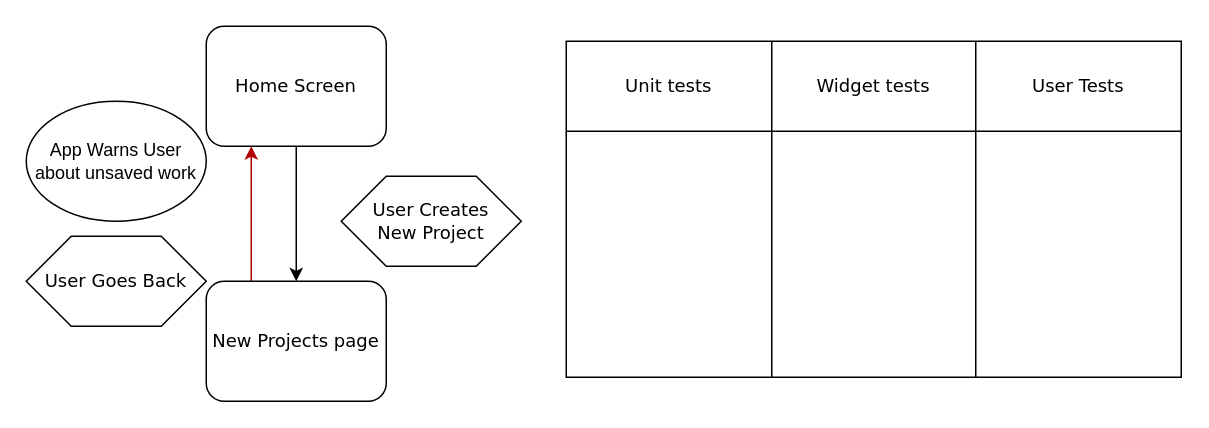
theshaydays/whistle keeps this draw.io diagram as page "Home Screen -> New Projects" (2 of 5) of User flow.drawio. Above is the earlier version. Source tidied: cells renumbered, new cells numbered last; positions are measured from the earlier drawing's top-left corner, leaving out a move shared by most shapes. Both pictures are drawn from the tidied source at 150%, with x=0, y=0 at pixel (26, 26).
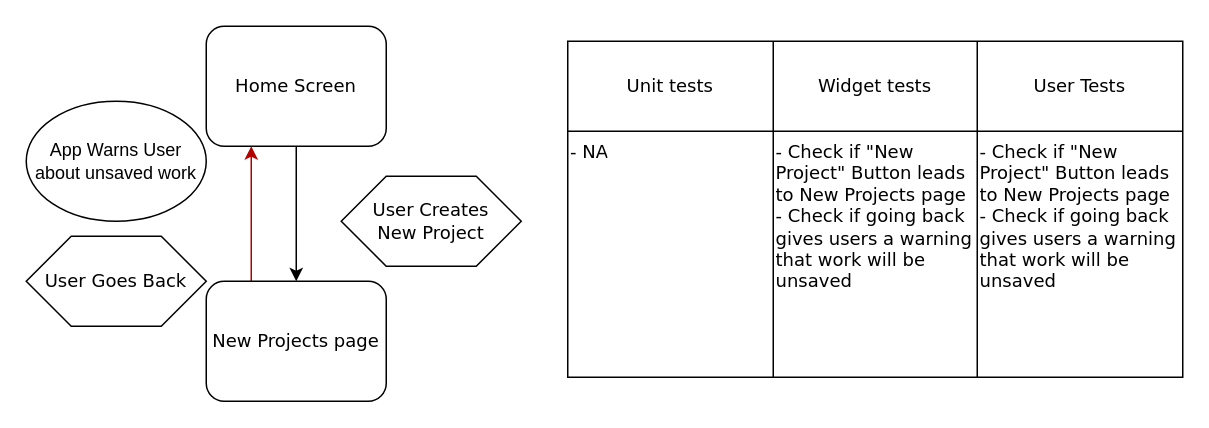
The same diagram, later.

What changed in the source:
```diff
@@
 <mxGraphModel>
   <root>
     <mxCell id="0" />
     <mxCell id="1" parent="0" />
     <mxCell id="2" style="edgeStyle=orthogonalEdgeStyle;rounded=0;jettySize=auto;html=1;entryX=0.5;entryY=0;entryDx=0;entryDy=0;" parent="1" edge="1" source="3" target="6">
       <mxGeometry relative="1" as="geometry" />
     </mxCell>
     <mxCell id="3" value="Home Screen" style="rounded=1;whiteSpace=wrap;html=1;shadow=0;labelBackgroundColor=none;strokeWidth=1;fontFamily=Verdana;fontSize=12;align=center;" parent="1" vertex="1">
       <mxGeometry x="120" width="120" height="80" as="geometry" />
     </mxCell>
     <mxCell id="4" value="&lt;div&gt;User Creates &lt;br&gt;&lt;/div&gt;&lt;div&gt;New Project&lt;br&gt;&lt;/div&gt;" style="shape=hexagon;perimeter=hexagonPerimeter;whiteSpace=wrap;html=1;rounded=0;shadow=0;labelBackgroundColor=none;strokeWidth=1;fontFamily=Verdana;fontSize=12;align=center;" parent="1" vertex="1">
       <mxGeometry x="210" y="100" width="120" height="60" as="geometry" />
     </mxCell>
     <mxCell id="5" style="edgeStyle=orthogonalEdgeStyle;rounded=0;jettySize=auto;html=1;exitX=0.25;exitY=0;exitDx=0;exitDy=0;entryX=0.25;entryY=1;entryDx=0;entryDy=0;fontSize=15;fillColor=#e51400;strokeColor=#B20000;" parent="1" edge="1" source="6" target="3">
       <mxGeometry relative="1" as="geometry" />
     </mxCell>
     <mxCell id="6" value="New Projects page" style="rounded=1;whiteSpace=wrap;html=1;shadow=0;labelBackgroundColor=none;strokeWidth=1;fontFamily=Verdana;fontSize=12;align=center;" parent="1" vertex="1">
       <mxGeometry x="120" y="170" width="120" height="80" as="geometry" />
     </mxCell>
     <mxCell id="7" value="User Goes Back" style="shape=hexagon;perimeter=hexagonPerimeter;whiteSpace=wrap;html=1;rounded=0;shadow=0;labelBackgroundColor=none;strokeWidth=1;fontFamily=Verdana;fontSize=12;align=center;" parent="1" vertex="1">
       <mxGeometry y="140" width="120" height="60" as="geometry" />
     </mxCell>
     <mxCell id="8" value="App Warns User about unsaved work" style="ellipse;whiteSpace=wrap;html=1;" parent="1" vertex="1">
       <mxGeometry y="50" width="120" height="80" as="geometry" />
     </mxCell>
     <mxCell id="9" style="shape=table;startSize=0;childLayout=tableLayout;fontFamily=Verdana;fontSize=12;" parent="1" vertex="1">
-      <mxGeometry x="360" y="10" width="410" height="224" as="geometry" />
+      <mxGeometry x="361" y="10" width="410" height="224" as="geometry" />
     </mxCell>
     <mxCell id="10" style="shape=tableRow;horizontal=0;startSize=0;swimlaneHead=0;swimlaneBody=0;top=0;left=0;bottom=0;right=0;fillColor=none;fontFamily=Verdana;fontSize=12;" parent="9" vertex="1">
       <mxGeometry width="410" height="60" as="geometry" />
     </mxCell>
     <mxCell id="11" value="Unit tests" style="shape=partialRectangle;html=1;whiteSpace=wrap;overflow=hidden;fillColor=none;top=0;left=0;bottom=0;right=0;fontFamily=Verdana;fontSize=12;" parent="10" vertex="1">
       <mxGeometry width="137" height="60" as="geometry" />
     </mxCell>
     <mxCell id="12" value="Widget tests" style="shape=partialRectangle;html=1;whiteSpace=wrap;overflow=hidden;fillColor=none;top=0;left=0;bottom=0;right=0;fontFamily=Verdana;fontSize=12;" parent="10" vertex="1">
       <mxGeometry x="137" width="136" height="60" as="geometry" />
     </mxCell>
     <mxCell id="13" value="User Tests" style="shape=partialRectangle;html=1;whiteSpace=wrap;overflow=hidden;fillColor=none;top=0;left=0;bottom=0;right=0;fontFamily=Verdana;fontSize=12;" parent="10" vertex="1">
       <mxGeometry x="273" width="137" height="60" as="geometry" />
     </mxCell>
-    <mxCell id="14" style="shape=tableRow;horizontal=0;startSize=0;swimlaneHead=0;swimlaneBody=0;top=0;left=0;bottom=0;right=0;fillColor=none;fontFamily=Verdana;fontSize=12;" parent="9" vertex="1">
+    <mxCell id="14" style="shape=tableRow;horizontal=0;startSize=0;swimlaneHead=0;swimlaneBody=0;top=0;left=0;bottom=0;right=0;fillColor=none;fontFamily=Verdana;fontSize=12;align=left;verticalAlign=top;" parent="9" vertex="1">
       <mxGeometry y="60" width="410" height="164" as="geometry" />
     </mxCell>
-    <mxCell id="15" style="shape=partialRectangle;html=1;whiteSpace=wrap;overflow=hidden;fillColor=none;top=0;left=0;bottom=0;right=0;fontFamily=Verdana;fontSize=12;" parent="14" vertex="1">
+    <mxCell id="15" value="- NA" style="shape=partialRectangle;html=1;whiteSpace=wrap;overflow=hidden;fillColor=none;top=0;left=0;bottom=0;right=0;fontFamily=Verdana;fontSize=12;align=left;verticalAlign=top;" parent="14" vertex="1">
       <mxGeometry width="137" height="164" as="geometry" />
     </mxCell>
-    <mxCell id="16" style="shape=partialRectangle;html=1;whiteSpace=wrap;overflow=hidden;fillColor=none;top=0;left=0;bottom=0;right=0;fontFamily=Verdana;fontSize=12;" parent="14" vertex="1">
+    <mxCell id="16" value="&lt;div&gt;- Check if &quot;New Project&quot; Button leads to New Projects page&lt;/div&gt;&lt;div&gt;- Check if going back gives users a warning that work will be unsaved&lt;br&gt;&lt;/div&gt;" style="shape=partialRectangle;html=1;whiteSpace=wrap;overflow=hidden;fillColor=none;top=0;left=0;bottom=0;right=0;fontFamily=Verdana;fontSize=12;align=left;verticalAlign=top;" parent="14" vertex="1">
       <mxGeometry x="137" width="136" height="164" as="geometry" />
     </mxCell>
-    <mxCell id="17" style="shape=partialRectangle;html=1;whiteSpace=wrap;overflow=hidden;fillColor=none;top=0;left=0;bottom=0;right=0;fontFamily=Verdana;fontSize=12;" parent="14" vertex="1">
+    <mxCell id="17" value="&lt;div&gt;- Check if &quot;New Project&quot; Button leads to New Projects page&lt;/div&gt;&lt;div&gt;- Check if going back gives users a warning that work will be unsaved&lt;br&gt;&lt;/div&gt;" style="shape=partialRectangle;html=1;whiteSpace=wrap;overflow=hidden;fillColor=none;top=0;left=0;bottom=0;right=0;fontFamily=Verdana;fontSize=12;align=left;verticalAlign=top;" parent="14" vertex="1">
       <mxGeometry x="273" width="137" height="164" as="geometry" />
     </mxCell>
   </root>
 </mxGraphModel>
```
